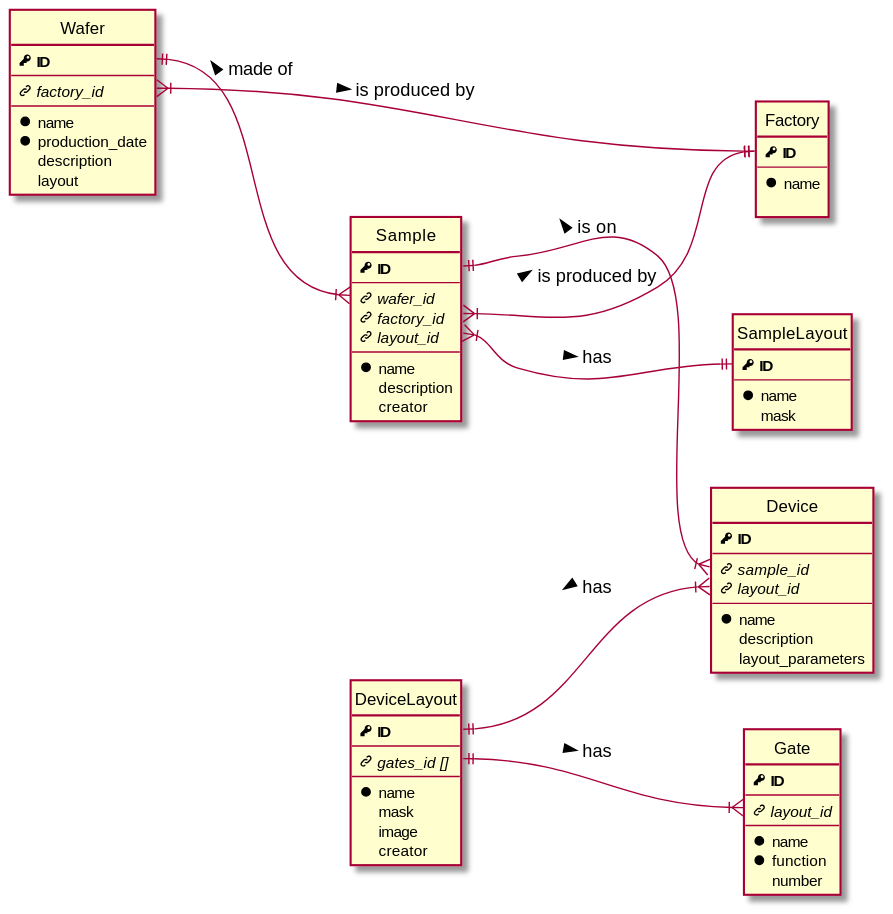
The PlantUML diagram docs/diagrams/ERD_fab/ERD_fab.svg in qutech/QuMADA, before a commit. Source of this version:
```plantuml
@startuml

!includesub ERD_head.puml!HEAD

!startsub FAB
entity "Wafer" as wafer {
    PK ID
    --
    FK factory_id
    --
    * name
    * production_date
    description
    layout
}

entity "Factory" as factory {
    PK ID
    --
    * name

}

entity "Sample" as sample {
    PK ID
    --
    FK wafer_id
    FK factory_id
    FK layout_id
    --
    * name
    description
    creator
}

entity "SampleLayout" as sampleLayout {
    PK ID
    --
    * name
    mask
}

entity "Device" as device {
    PK ID
    --
    FK sample_id
    FK layout_id
    --
    * name
    description
    layout_parameters
}

entity "DeviceLayout" as deviceLayout {
    PK ID
    --
    FK gates_id []
    --
    * name
    mask
    image
    creator
}

entity "Gate" as gate {
    PK ID
    --
    FK layout_id
    --
    * name
    * function
    number
}

wafer::ID ||--|{ sample::wafer_id : made of <
wafer::factory_id }|--|| factory::ID : is produced by >
sample::ID ||--|{ device::sample_id : is on <
sample::factory_id }|--|| factory::ID : is produced by >
sample::layout_id }|--|| sampleLayout::ID : has >
deviceLayout::ID ||--|{ device::layout_id : has <
deviceLayout::gates_id ||--|{ gate::layout_id : has >

!endsub FAB


@enduml
```
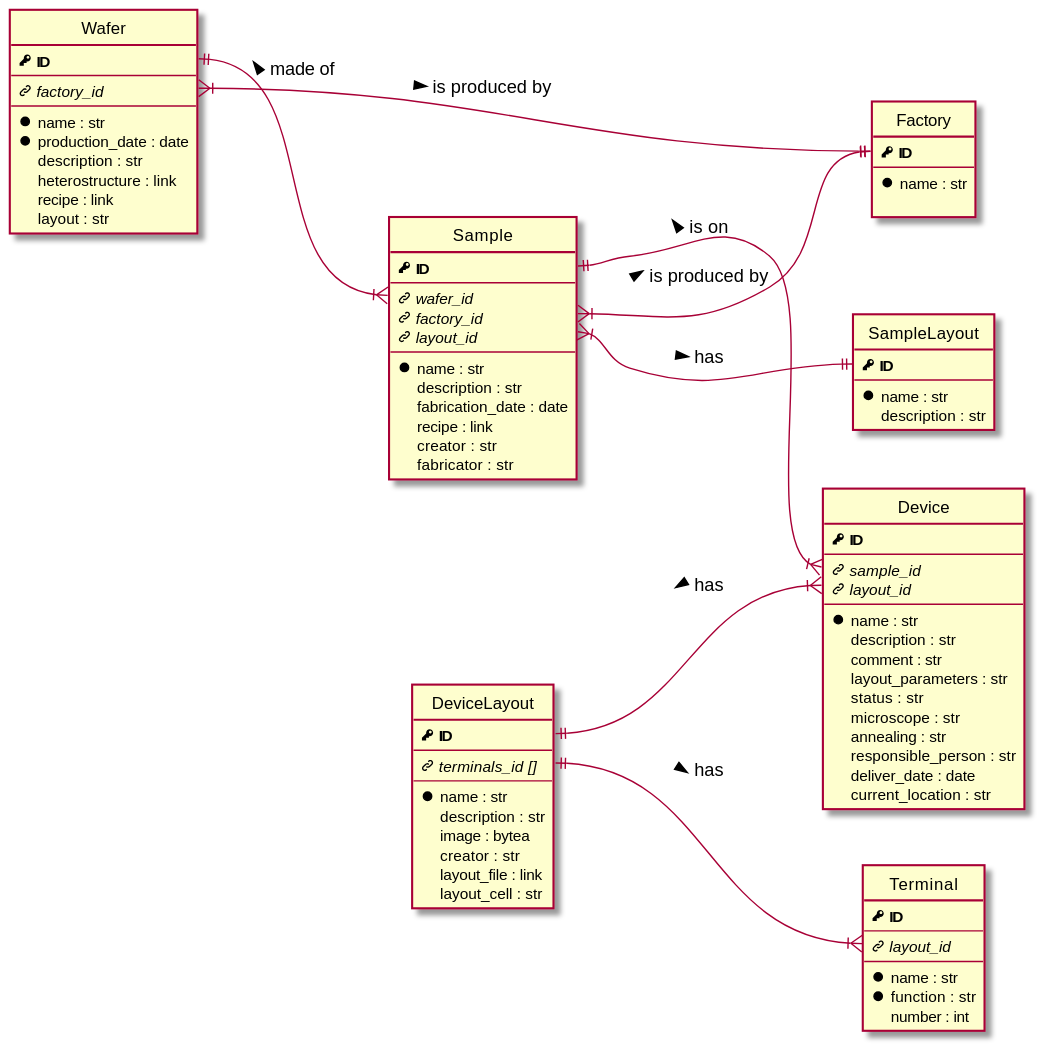
The same diagram one commit later.

What changed in the source:
```diff
@@ -1,6 +1,7 @@
 @startuml
 
 !includesub ERD_head.puml!HEAD
+!includesub ERD_head.puml!KEYS
 
 !startsub FAB
 entity "Wafer" as wafer {
@@ -8,16 +9,18 @@
     --
     FK factory_id
     --
-    * name
-    * production_date
-    description
-    layout
+    * name : str
+    * production_date : date
+    description : str
+    heterostructure : link
+    recipe : link
+    layout : str
 }
 
 entity "Factory" as factory {
     PK ID
     --
-    * name
+    * name : str
 
 }
 
@@ -28,16 +31,19 @@
     FK factory_id
     FK layout_id
     --
-    * name
-    description
-    creator
+    * name : str
+    description : str
+    fabrication_date : date
+    recipe : link
+    creator : str
+    fabricator : str
 }
 
 entity "SampleLayout" as sampleLayout {
     PK ID
     --
-    * name
-    mask
+    * name : str
+    description : str
 }
 
 entity "Device" as device {
@@ -46,30 +52,39 @@
     FK sample_id
     FK layout_id
     --
-    * name
-    description
-    layout_parameters
+    * name : str
+    description : str
+    comment : str
+    layout_parameters : str
+    status : str
+    microscope : str
+    annealing : str
+    responsible_person : str
+    deliver_date : date
+    current_location : str
 }
 
 entity "DeviceLayout" as deviceLayout {
     PK ID
     --
-    FK gates_id []
+    FK terminals_id []
     --
-    * name
-    mask
-    image
-    creator
+    * name : str
+    description : str
+    image : bytea
+    creator : str
+    layout_file : link
+    layout_cell : str
 }
 
-entity "Gate" as gate {
+entity "Terminal" as terminal {
     PK ID
     --
     FK layout_id
     --
-    * name
-    * function
-    number
+    * name : str
+    * function : str
+    number : int
 }
 
 wafer::ID ||--|{ sample::wafer_id : made of <
@@ -78,7 +93,7 @@
 sample::factory_id }|--|| factory::ID : is produced by >
 sample::layout_id }|--|| sampleLayout::ID : has >
 deviceLayout::ID ||--|{ device::layout_id : has <
-deviceLayout::gates_id ||--|{ gate::layout_id : has >
+deviceLayout::terminals_id ||--|{ terminal::layout_id : has >
 
 !endsub FAB
 
```
